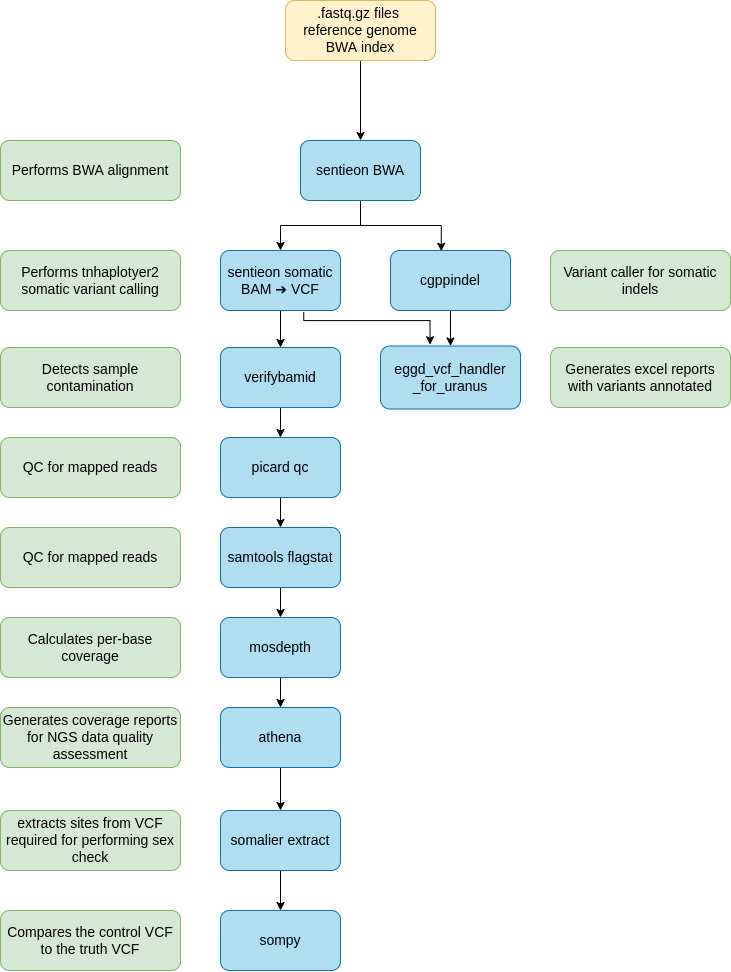
Earlier version of the draw.io export images/workflow.png (eastgenomics/eggd_uranus_main_workflow). Source tidied: cells renumbered, new cells last; positions are measured from the earlier drawing's top-left corner, leaving out a move shared by most shapes.
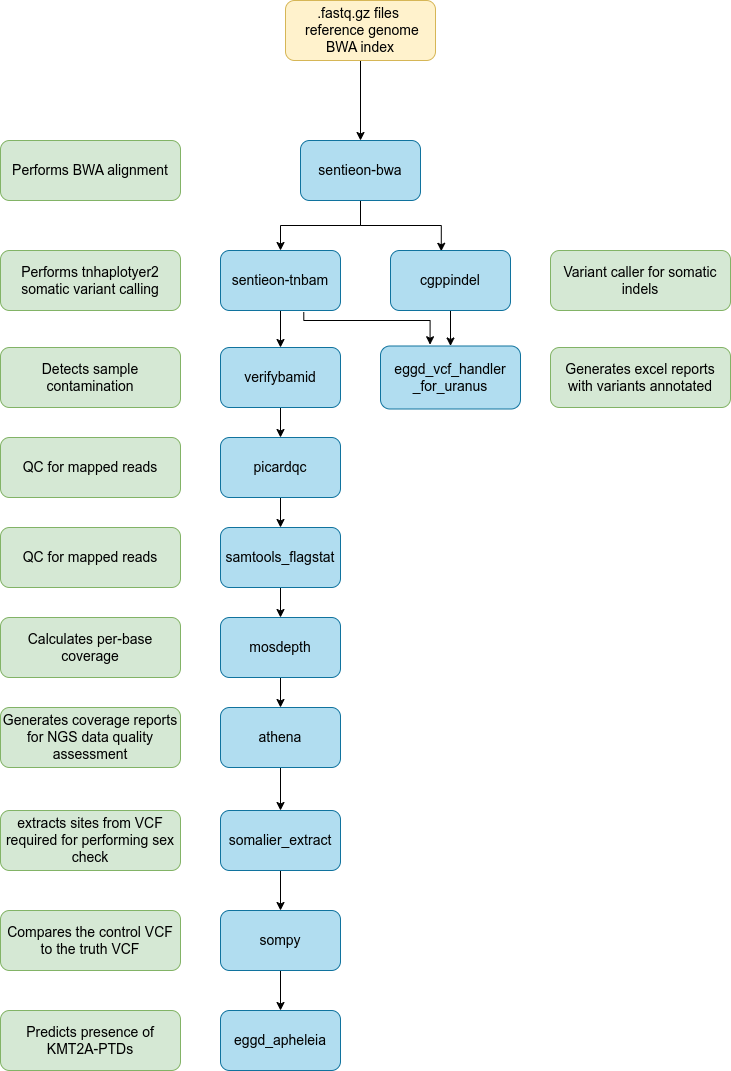
After the change.

Diff of the diagram source:
```diff
@@ -8,13 +8,13 @@
     <mxCell id="3" style="edgeStyle=orthogonalEdgeStyle;rounded=0;jettySize=auto;html=1;entryX=0.423;entryY=0.013;entryDx=0;entryDy=0;entryPerimeter=0;" parent="1" edge="1" source="4" target="29">
       <mxGeometry relative="1" as="geometry" />
     </mxCell>
-    <mxCell id="4" value="&lt;font color=&quot;#000000&quot; style=&quot;font-size: 14px;&quot;&gt;sentieon BWA&lt;/font&gt;" style="rounded=1;whiteSpace=wrap;html=1;fillColor=#b1ddf0;strokeColor=#10739e;fontSize=14;" parent="1" vertex="1">
+    <mxCell id="4" value="&lt;font color=&quot;#000000&quot; style=&quot;font-size: 14px;&quot;&gt;sentieon-bwa&lt;/font&gt;" style="rounded=1;whiteSpace=wrap;html=1;fillColor=#b1ddf0;strokeColor=#10739e;fontSize=14;" parent="1" vertex="1">
       <mxGeometry x="300" y="140" width="120" height="60" as="geometry" />
     </mxCell>
     <mxCell id="5" style="edgeStyle=orthogonalEdgeStyle;rounded=0;jettySize=auto;html=1;fontSize=14;" parent="1" edge="1" source="6" target="15">
       <mxGeometry relative="1" as="geometry" />
     </mxCell>
-    <mxCell id="6" value="&lt;font color=&quot;#000000&quot; style=&quot;font-size: 14px;&quot;&gt;picard qc&lt;/font&gt;" style="rounded=1;whiteSpace=wrap;html=1;fillColor=#b1ddf0;strokeColor=#10739e;fontSize=14;" parent="1" vertex="1">
+    <mxCell id="6" value="&lt;font color=&quot;#000000&quot; style=&quot;font-size: 14px;&quot;&gt;picardqc&lt;/font&gt;" style="rounded=1;whiteSpace=wrap;html=1;fillColor=#b1ddf0;strokeColor=#10739e;fontSize=14;" parent="1" vertex="1">
       <mxGeometry x="220" y="437" width="120" height="60" as="geometry" />
     </mxCell>
     <mxCell id="7" style="edgeStyle=orthogonalEdgeStyle;rounded=0;jettySize=auto;html=1;fontSize=14;" parent="1" edge="1" source="8" target="6">
@@ -34,7 +34,7 @@
         </Array>
       </mxGeometry>
     </mxCell>
-    <mxCell id="11" value="&lt;font color=&quot;#000000&quot;&gt;sentieon somatic BAM ➔&amp;nbsp;VCF&lt;/font&gt;" style="rounded=1;whiteSpace=wrap;html=1;fillColor=#b1ddf0;strokeColor=#10739e;fontSize=14;" parent="1" vertex="1">
+    <mxCell id="11" value="&lt;font color=&quot;#000000&quot;&gt;sentieon-tnbam&lt;/font&gt;" style="rounded=1;whiteSpace=wrap;html=1;fillColor=#b1ddf0;strokeColor=#10739e;fontSize=14;" parent="1" vertex="1">
       <mxGeometry x="220" y="250" width="120" height="60" as="geometry" />
     </mxCell>
     <mxCell id="12" style="edgeStyle=orthogonalEdgeStyle;rounded=0;jettySize=auto;html=1;fontSize=14;" parent="1" edge="1" source="13" target="17">
@@ -46,7 +46,7 @@
     <mxCell id="14" style="edgeStyle=orthogonalEdgeStyle;rounded=0;jettySize=auto;html=1;fontSize=14;" parent="1" edge="1" source="15" target="13">
       <mxGeometry relative="1" as="geometry" />
     </mxCell>
-    <mxCell id="15" value="&lt;font color=&quot;#000000&quot; style=&quot;font-size: 14px;&quot;&gt;samtools flagstat&lt;/font&gt;" style="rounded=1;whiteSpace=wrap;html=1;fillColor=#b1ddf0;strokeColor=#10739e;fontSize=14;" parent="1" vertex="1">
+    <mxCell id="15" value="&lt;font color=&quot;#000000&quot; style=&quot;font-size: 14px;&quot;&gt;samtools_flagstat&lt;/font&gt;" style="rounded=1;whiteSpace=wrap;html=1;fillColor=#b1ddf0;strokeColor=#10739e;fontSize=14;" parent="1" vertex="1">
       <mxGeometry x="220" y="527" width="120" height="60" as="geometry" />
     </mxCell>
     <mxCell id="16" style="edgeStyle=none;html=1;" parent="1" edge="1" source="17" target="33">
@@ -100,17 +100,26 @@
     <mxCell id="32" style="edgeStyle=none;html=1;" parent="1" edge="1" source="33" target="35">
       <mxGeometry relative="1" as="geometry" />
     </mxCell>
-    <mxCell id="33" value="&lt;font color=&quot;#000000&quot; style=&quot;font-size: 14px&quot;&gt;somalier extract&lt;/font&gt;" style="rounded=1;whiteSpace=wrap;html=1;fillColor=#b1ddf0;strokeColor=#10739e;fontSize=14;" parent="1" vertex="1">
+    <mxCell id="33" value="&lt;font color=&quot;#000000&quot; style=&quot;font-size: 14px&quot;&gt;somalier_extract&lt;/font&gt;" style="rounded=1;whiteSpace=wrap;html=1;fillColor=#b1ddf0;strokeColor=#10739e;fontSize=14;" parent="1" vertex="1">
       <mxGeometry x="220" y="810" width="120" height="60" as="geometry" />
     </mxCell>
     <mxCell id="34" value="&lt;font color=&quot;#000000&quot; style=&quot;font-size: 14px&quot;&gt;extracts sites from VCF required for performing sex check&lt;/font&gt;" style="rounded=1;whiteSpace=wrap;html=1;fillColor=#d5e8d4;strokeColor=#82b366;fontSize=14;" parent="1" vertex="1">
       <mxGeometry y="810" width="180" height="60" as="geometry" />
     </mxCell>
+    <mxCell id="37" style="edgeStyle=orthogonalEdgeStyle;rounded=0;jettySize=auto;html=1;exitX=0.5;exitY=1;exitDx=0;exitDy=0;" parent="1" edge="1" source="35" target="38">
+      <mxGeometry relative="1" as="geometry" />
+    </mxCell>
     <mxCell id="35" value="&lt;font color=&quot;#000000&quot; style=&quot;font-size: 14px&quot;&gt;sompy&lt;/font&gt;" style="rounded=1;whiteSpace=wrap;html=1;fillColor=#b1ddf0;strokeColor=#10739e;fontSize=14;" parent="1" vertex="1">
       <mxGeometry x="220" y="910" width="120" height="60" as="geometry" />
     </mxCell>
     <mxCell id="36" value="&lt;font color=&quot;#000000&quot; style=&quot;font-size: 14px&quot;&gt;Compares the control VCF to the truth VCF&lt;/font&gt;" style="rounded=1;whiteSpace=wrap;html=1;fillColor=#d5e8d4;strokeColor=#82b366;fontSize=14;" parent="1" vertex="1">
       <mxGeometry y="910" width="180" height="60" as="geometry" />
     </mxCell>
+    <mxCell id="38" value="&lt;font color=&quot;#000000&quot; style=&quot;font-size: 14px&quot;&gt;eggd_apheleia&lt;/font&gt;" style="rounded=1;whiteSpace=wrap;html=1;fillColor=#b1ddf0;strokeColor=#10739e;fontSize=14;" parent="1" vertex="1">
+      <mxGeometry x="220" y="1010" width="120" height="60" as="geometry" />
+    </mxCell>
+    <mxCell id="39" value="Predicts presence of KMT2A-PTDs" style="rounded=1;whiteSpace=wrap;html=1;fillColor=#d5e8d4;strokeColor=#82b366;fontSize=14;" parent="1" vertex="1">
+      <mxGeometry y="1010" width="180" height="60" as="geometry" />
+    </mxCell>
   </root>
 </mxGraphModel>
```
